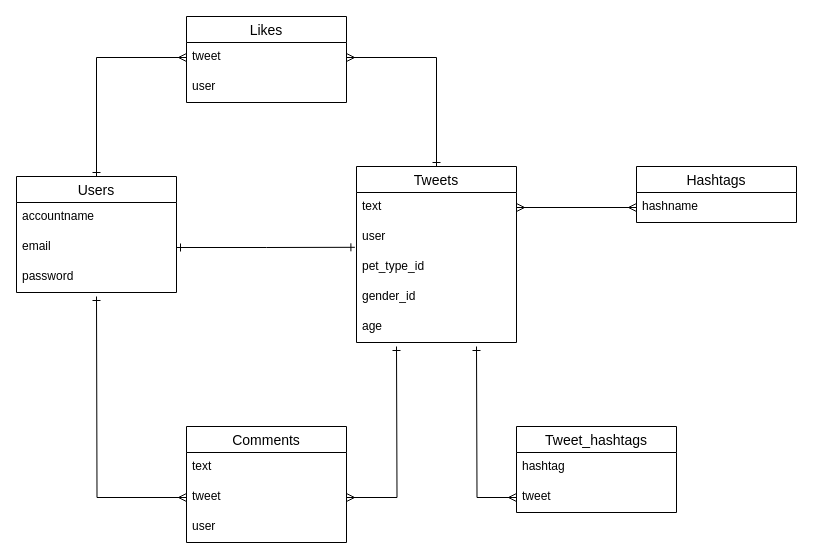
The draw.io diagram uchinoko_gram.dio in tomomi94/uchinoko_gram, before the edit. Source tidied: cells renumbered, new cells numbered last; positions are measured from the earlier drawing's top-left corner, leaving out a move shared by most shapes. Both pictures are drawn from the tidied source at 100%, with x=0, y=0 at pixel (16, 16).
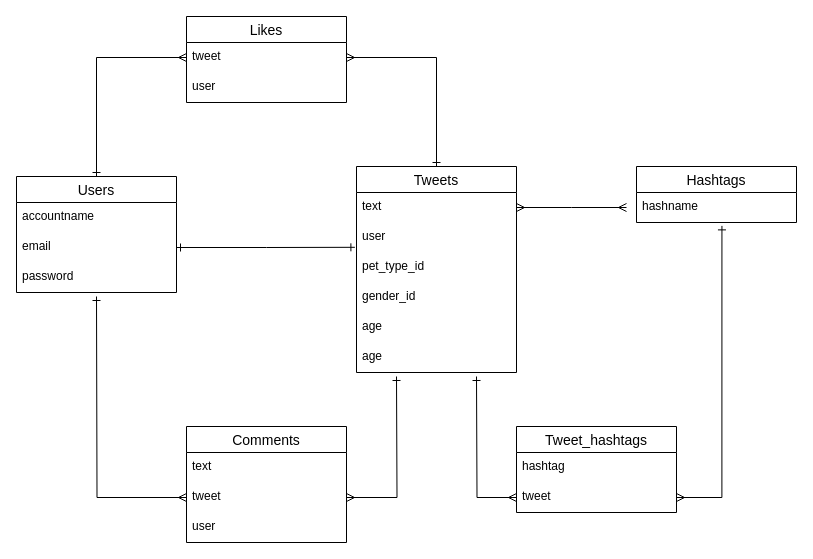
Above is the later version.

Unchanged cells that the change refers to:
```xml
<mxCell id="6" value="text" style="text;strokeColor=none;fillColor=none;spacingLeft=4;spacingRight=4;overflow=hidden;points=[[0,0.5],[1,0.5]];portConstraint=eastwest;fontSize=12;" parent="5" vertex="1">
  <mxGeometry y="26" width="160" height="30" as="geometry" />
</mxCell>
<mxCell id="11" value="Hashtags" style="swimlane;fontStyle=0;horizontal=1;startSize=26;align=center;fontSize=14;" parent="1" vertex="1">
  <mxGeometry x="620" y="150" width="160" height="56" as="geometry" />
</mxCell>
<mxCell id="20" value="tweet" style="text;strokeColor=none;fillColor=none;spacingLeft=4;spacingRight=4;overflow=hidden;points=[[0,0.5],[1,0.5]];portConstraint=eastwest;fontSize=12;" parent="18" vertex="1">
  <mxGeometry y="56" width="160" height="30" as="geometry" />
</mxCell>
<mxCell id="24" value="tweet" style="text;strokeColor=none;fillColor=none;spacingLeft=4;spacingRight=4;overflow=hidden;points=[[0,0.5],[1,0.5]];portConstraint=eastwest;fontSize=12;" parent="22" vertex="1">
  <mxGeometry y="56" width="160" height="30" as="geometry" />
</mxCell>
```

Change to the diagram source:
```diff
@@
     <mxCell id="5" value="Tweets" style="swimlane;fontStyle=0;horizontal=1;startSize=26;align=center;fontSize=14;" parent="1" vertex="1">
-      <mxGeometry x="340" y="150" width="160" height="176" as="geometry" />
+      <mxGeometry x="340" y="150" width="160" height="206" as="geometry" />
     </mxCell>
@@
+    <mxCell id="31" value="age" style="text;strokeColor=none;fillColor=none;spacingLeft=4;spacingRight=4;overflow=hidden;fontSize=12;" parent="5" vertex="1">
+      <mxGeometry y="176" width="160" height="30" as="geometry" />
+    </mxCell>
@@
-    <mxCell id="12" value="hashname" style="text;strokeColor=none;fillColor=none;spacingLeft=4;spacingRight=4;overflow=hidden;points=[[0,0.5],[1,0.5]];portConstraint=eastwest;fontSize=12;" parent="11" vertex="1">
-      <mxGeometry y="26" width="160" height="30" as="geometry" />
-    </mxCell>
@@
     <mxCell id="27" style="edgeStyle=orthogonalEdgeStyle;rounded=0;jettySize=auto;html=1;exitX=1;exitY=0.5;exitDx=0;exitDy=0;startArrow=ERmany;startFill=0;endArrow=ERone;endFill=0;" parent="1" edge="1" source="20">
       <mxGeometry relative="1" as="geometry">
-        <mxPoint x="380" y="330" as="targetPoint" />
+        <mxPoint x="380" y="360" as="targetPoint" />
       </mxGeometry>
     </mxCell>
     <mxCell id="28" style="edgeStyle=orthogonalEdgeStyle;rounded=0;jettySize=auto;html=1;exitX=0;exitY=0.5;exitDx=0;exitDy=0;startArrow=ERmany;startFill=0;endArrow=ERone;endFill=0;" parent="1" edge="1" source="24">
       <mxGeometry relative="1" as="geometry">
-        <mxPoint x="460" y="330" as="targetPoint" />
+        <mxPoint x="460" y="360" as="targetPoint" />
       </mxGeometry>
     </mxCell>
-    <mxCell id="29" style="edgeStyle=orthogonalEdgeStyle;rounded=0;jettySize=auto;html=1;exitX=1;exitY=0.5;exitDx=0;exitDy=0;entryX=0;entryY=0.5;entryDx=0;entryDy=0;startArrow=ERmany;startFill=0;endArrow=ERmany;endFill=0;" parent="1" edge="1" source="6" target="12">
-      <mxGeometry relative="1" as="geometry" />
-    </mxCell>
@@
+    <mxCell id="12" value="hashname" style="text;strokeColor=none;fillColor=none;spacingLeft=4;spacingRight=4;overflow=hidden;points=[[0,0.5],[1,0.5]];portConstraint=eastwest;fontSize=12;" parent="1" vertex="1">
+      <mxGeometry x="620" y="176" width="160" height="34" as="geometry" />
+    </mxCell>
+    <mxCell id="32" style="edgeStyle=orthogonalEdgeStyle;rounded=0;jettySize=auto;html=1;exitX=1;exitY=0.5;exitDx=0;exitDy=0;entryX=0.534;entryY=0.982;entryDx=0;entryDy=0;entryPerimeter=0;startArrow=ERmany;startFill=0;endArrow=ERone;endFill=0;" parent="1" edge="1" source="24" target="12">
+      <mxGeometry relative="1" as="geometry" />
+    </mxCell>
+    <mxCell id="33" style="edgeStyle=orthogonalEdgeStyle;rounded=0;jettySize=auto;html=1;exitX=1;exitY=0.5;exitDx=0;exitDy=0;endArrow=ERmany;endFill=0;startArrow=ERmany;startFill=0;" parent="1" edge="1" source="6">
+      <mxGeometry relative="1" as="geometry">
+        <mxPoint x="610" y="191" as="targetPoint" />
+      </mxGeometry>
+    </mxCell>
```
